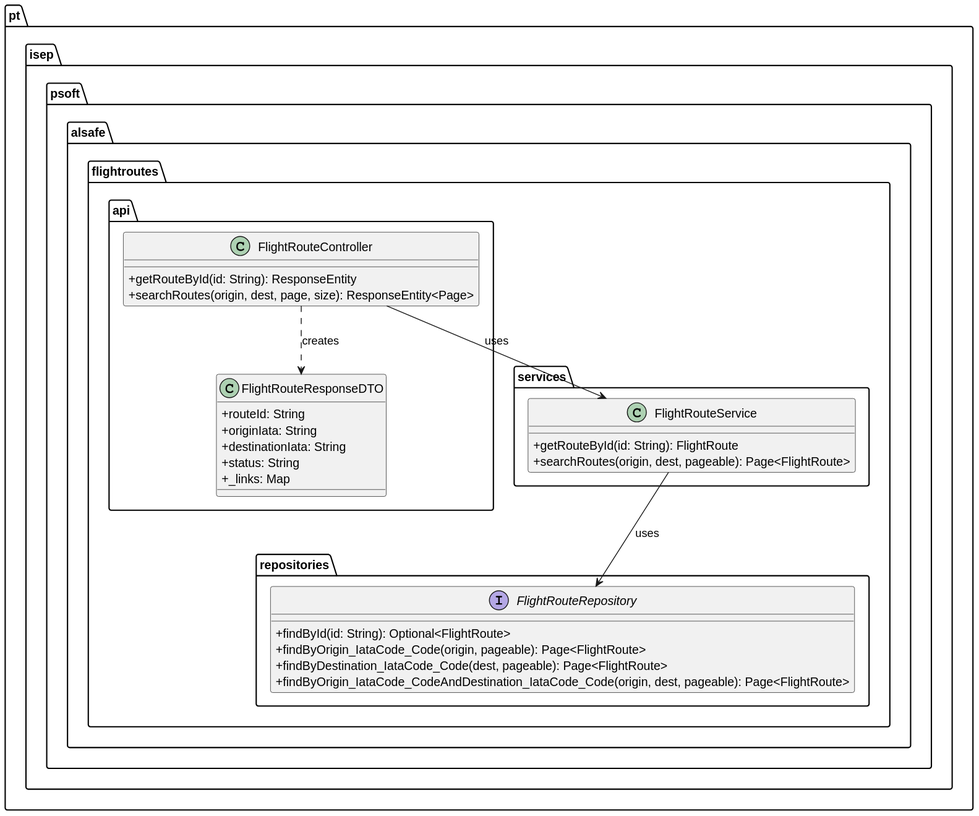
Andre-1240567/psoft2026_2DB_1240567_1241013_1240624 keeps this PlantUML diagram as docs/use-cases/WP#3A/US113/svg/US113-CD.svg. Above is the earlier version. Source of this version:
```plantuml
@startuml
skinparam classAttributeIconSize 0

package "pt.isep.psoft.alsafe.flightroutes.api" {
    class FlightRouteController {
        + getRouteById(id: String): ResponseEntity
        + searchRoutes(origin, dest, page, size): ResponseEntity<Page>
    }
    class FlightRouteResponseDTO {
        + routeId: String
        + originIata: String
        + destinationIata: String
        + status: String
        + _links: Map
    }
}

package "pt.isep.psoft.alsafe.flightroutes.services" {
    class FlightRouteService {
        + getRouteById(id: String): FlightRoute
        + searchRoutes(origin, dest, pageable): Page<FlightRoute>
    }
}

package "pt.isep.psoft.alsafe.flightroutes.repositories" {
    interface FlightRouteRepository {
        + findById(id: String): Optional<FlightRoute>
        + findByOrigin_IataCode_Code(origin, pageable): Page<FlightRoute>
        + findByDestination_IataCode_Code(dest, pageable): Page<FlightRoute>
        + findByOrigin_IataCode_CodeAndDestination_IataCode_Code(origin, dest, pageable): Page<FlightRoute>
    }
}

FlightRouteController ..> FlightRouteResponseDTO : creates
FlightRouteController --> FlightRouteService : uses
FlightRouteService --> FlightRouteRepository : uses
@enduml
```
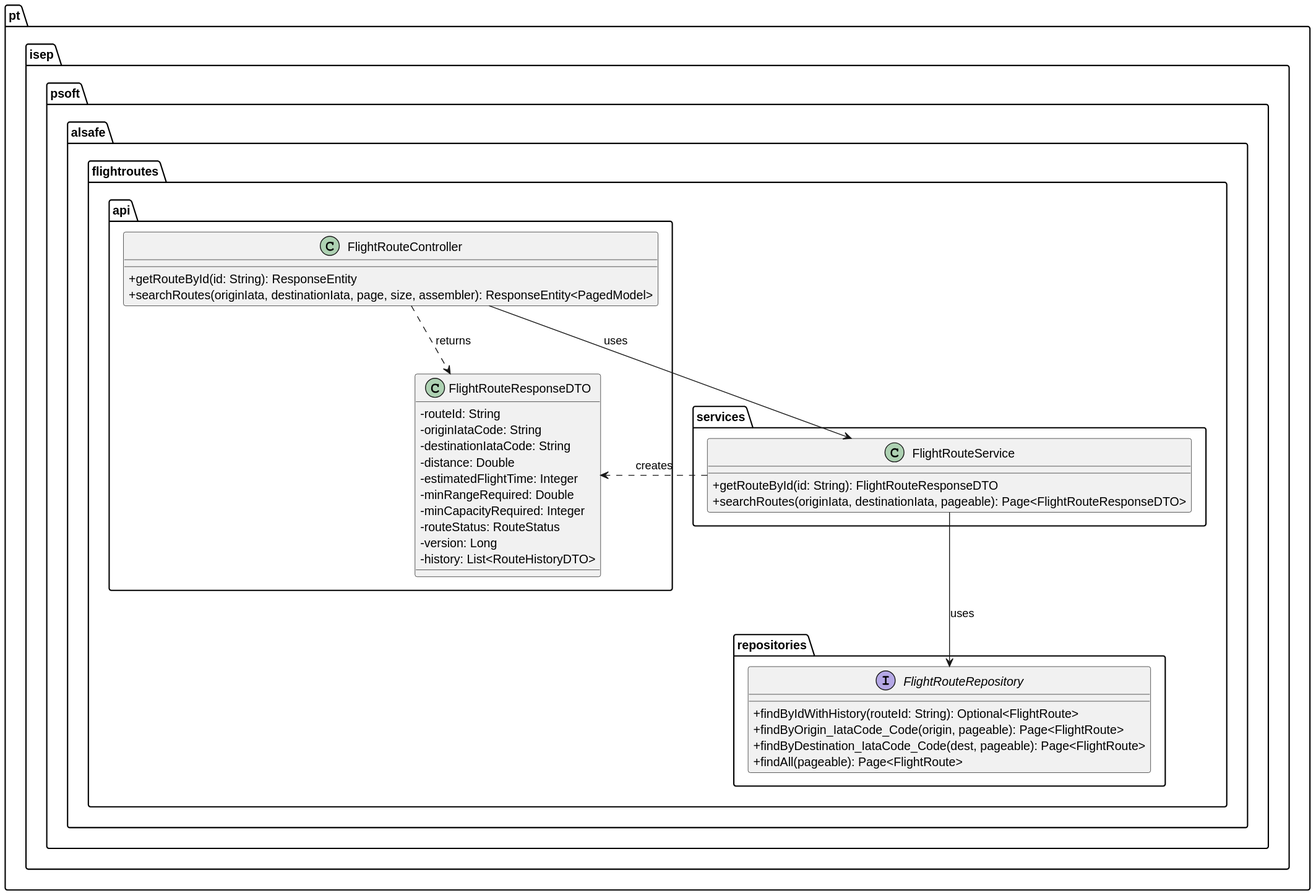
The same diagram one commit later.

Diff of the diagram source:
```diff
@@ -4,34 +4,40 @@
 package "pt.isep.psoft.alsafe.flightroutes.api" {
     class FlightRouteController {
         + getRouteById(id: String): ResponseEntity
-        + searchRoutes(origin, dest, page, size): ResponseEntity<Page>
+        + searchRoutes(originIata, destinationIata, page, size, assembler): ResponseEntity<PagedModel>
     }
     class FlightRouteResponseDTO {
-        + routeId: String
-        + originIata: String
-        + destinationIata: String
-        + status: String
-        + _links: Map
+        - routeId: String
+        - originIataCode: String
+        - destinationIataCode: String
+        - distance: Double
+        - estimatedFlightTime: Integer
+        - minRangeRequired: Double
+        - minCapacityRequired: Integer
+        - routeStatus: RouteStatus
+        - version: Long
+        - history: List<RouteHistoryDTO>
     }
 }
 
 package "pt.isep.psoft.alsafe.flightroutes.services" {
     class FlightRouteService {
-        + getRouteById(id: String): FlightRoute
-        + searchRoutes(origin, dest, pageable): Page<FlightRoute>
+        + getRouteById(id: String): FlightRouteResponseDTO
+        + searchRoutes(originIata, destinationIata, pageable): Page<FlightRouteResponseDTO>
     }
 }
 
 package "pt.isep.psoft.alsafe.flightroutes.repositories" {
     interface FlightRouteRepository {
-        + findById(id: String): Optional<FlightRoute>
+        + findByIdWithHistory(routeId: String): Optional<FlightRoute>
         + findByOrigin_IataCode_Code(origin, pageable): Page<FlightRoute>
         + findByDestination_IataCode_Code(dest, pageable): Page<FlightRoute>
-        + findByOrigin_IataCode_CodeAndDestination_IataCode_Code(origin, dest, pageable): Page<FlightRoute>
+        + findAll(pageable): Page<FlightRoute>
     }
 }
 
-FlightRouteController ..> FlightRouteResponseDTO : creates
 FlightRouteController --> FlightRouteService : uses
 FlightRouteService --> FlightRouteRepository : uses
+FlightRouteService ..> FlightRouteResponseDTO : creates
+FlightRouteController ..> FlightRouteResponseDTO : returns
 @enduml
```
